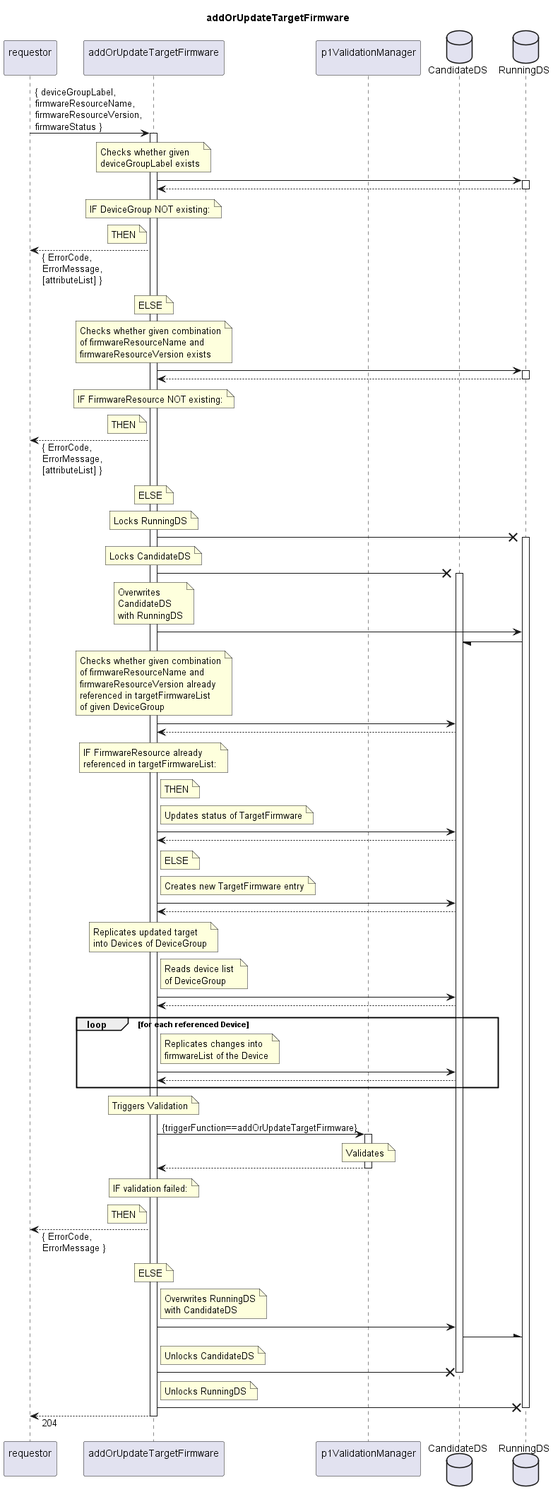
Earlier version of the PlantUML export spec/Services/addOrUpdateTargetFirmware/1.0.0/addOrUpdateTargetFirmware.png (openBackhaul/FirmWareManager). The source it was exported from:
```plantuml
@startuml addOrUpdateTargetFirmware
skinparam responseMessageBelowArrow true

title
  addOrUpdateTargetFirmware
end title

participant "requestor\n" as requestor
participant "addOrUpdateTargetFirmware\n" as addTarget
participant "p1ValidationManager\n" as valiMan
database "CandidateDS" as CanDS
database "RunningDS" as RunDS

requestor -> addTarget: { deviceGroupLabel,\nfirmwareResourceName,\nfirmwareResourceVersion,\nfirmwareStatus }
activate addTarget

  note over addTarget
    Checks whether given
    deviceGroupLabel exists
  end note
  addTarget -> RunDS
  activate RunDS
  addTarget <-- RunDS
  deactivate RunDS
  note over addTarget
    IF DeviceGroup NOT existing:
  end note
  note left addTarget
    THEN
  end note
  requestor <-- addTarget: { ErrorCode,\nErrorMessage,\n[attributeList] }
  note over addTarget
    ELSE
  end note

  note over addTarget
    Checks whether given combination
    of firmwareResourceName and
    firmwareResourceVersion exists
  end note
  addTarget -> RunDS
  activate RunDS
  addTarget <-- RunDS
  deactivate RunDS
  note over addTarget
    IF FirmwareResource NOT existing:
  end note
  note left addTarget
    THEN
  end note
  requestor <-- addTarget: { ErrorCode,\nErrorMessage,\n[attributeList] }
  note over addTarget
    ELSE
  end note

  note over addTarget
    Locks RunningDS
  end note
  addTarget -X RunDS
  activate RunDS
  note over addTarget
    Locks CandidateDS
  end note
  addTarget -X CanDS
  activate CanDS
  note over addTarget
    Overwrites
    CandidateDS
    with RunningDS
  end note
  addTarget -> RunDS
  RunDS -/ CanDS

  note over addTarget
    Checks whether given combination
    of firmwareResourceName and
    firmwareResourceVersion already
    referenced in targetFirmwareList
    of given DeviceGroup
  end note
  addTarget -> CanDS
  addTarget <-- CanDS
  note over addTarget
    IF FirmwareResource already
    referenced in targetFirmwareList:
  end note
  note right addTarget
    THEN
  end note
  note right addTarget
    Updates status of TargetFirmware
  end note
  addTarget -> CanDS
  addTarget <-- CanDS
  note right addTarget
    ELSE
  end note
  note right addTarget
    Creates new TargetFirmware entry
  end note
  addTarget -> CanDS
  addTarget <-- CanDS

  note over addTarget
    Replicates updated target
    into Devices of DeviceGroup
  end note
  note right addTarget
    Reads device list
    of DeviceGroup
  end note
  addTarget -> CanDS
  addTarget <-- CanDS
  loop for each referenced Device
    note right addTarget
      Replicates changes into
      firmwareList of the Device
    end note
    addTarget -> CanDS
    addTarget <-- CanDS
  end loop

  note over addTarget
    Triggers Validation
  end note
  addTarget -> valiMan: {triggerFunction==addOrUpdateTargetFirmware}
  activate valiMan
    note over valiMan
      Validates
    end note
  addTarget <-- valiMan
  deactivate valiMan
  note over addTarget
    IF validation failed:
  end note
  note left addTarget
    THEN
  end note
  requestor <-- addTarget: { ErrorCode,\nErrorMessage }
  note over addTarget
    ELSE
  end note

  note right addTarget
    Overwrites RunningDS
    with CandidateDS
  end note
  addTarget -> CanDS
  CanDS -\ RunDS
  note right addTarget
    Unlocks CandidateDS
  end note
  addTarget -X CanDS
  deactivate CanDS
  note right addTarget
    Unlocks RunningDS
  end note
  addTarget -X RunDS
  deactivate RunDS

  requestor <-- addTarget: 204

deactivate addTarget

@enduml
```
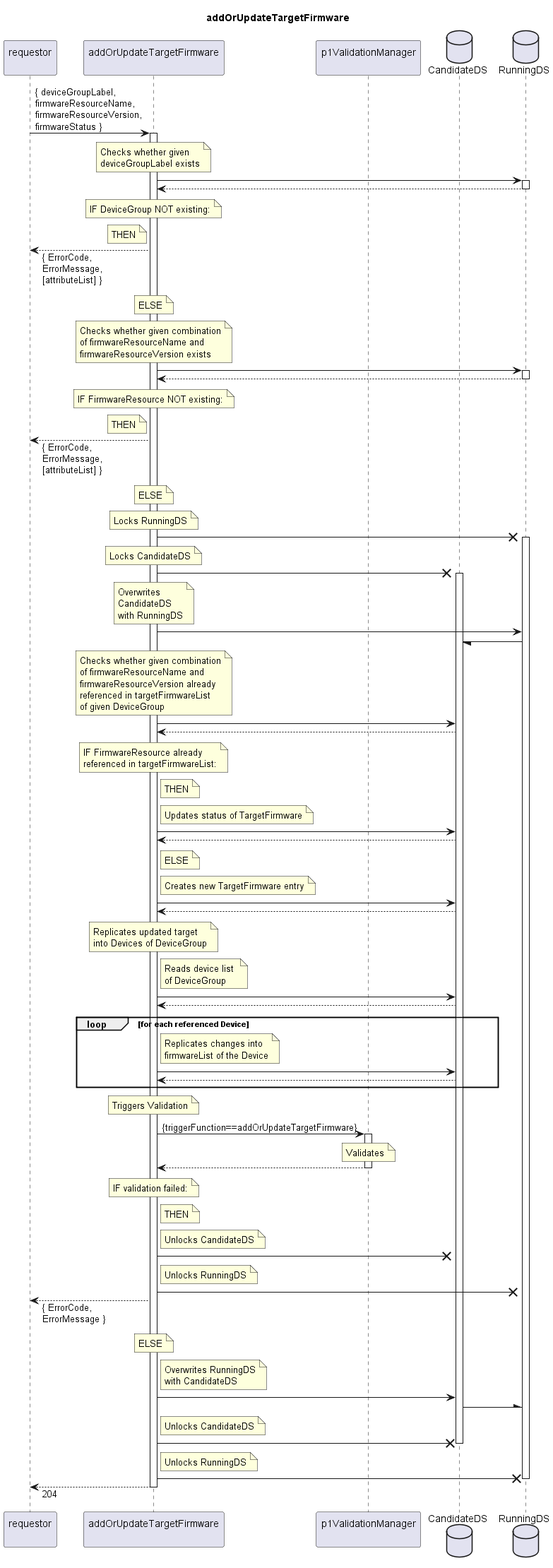
After the change.

What changed in the source:
```diff
@@ -6,160 +6,168 @@
 end title
 
 participant "requestor\n" as requestor
-participant "addOrUpdateTargetFirmware\n" as addTarget
+participant "addOrUpdateTargetFirmware\n" as indServ
 participant "p1ValidationManager\n" as valiMan
 database "CandidateDS" as CanDS
 database "RunningDS" as RunDS
 
-requestor -> addTarget: { deviceGroupLabel,\nfirmwareResourceName,\nfirmwareResourceVersion,\nfirmwareStatus }
-activate addTarget
+requestor -> indServ: { deviceGroupLabel,\nfirmwareResourceName,\nfirmwareResourceVersion,\nfirmwareStatus }
+activate indServ
 
-  note over addTarget
+  note over indServ
     Checks whether given
     deviceGroupLabel exists
   end note
-  addTarget -> RunDS
+  indServ -> RunDS
   activate RunDS
-  addTarget <-- RunDS
+  indServ <-- RunDS
   deactivate RunDS
-  note over addTarget
+  note over indServ
     IF DeviceGroup NOT existing:
   end note
-  note left addTarget
+  note left indServ
     THEN
   end note
-  requestor <-- addTarget: { ErrorCode,\nErrorMessage,\n[attributeList] }
-  note over addTarget
+  requestor <-- indServ: { ErrorCode,\nErrorMessage,\n[attributeList] }
+  note over indServ
     ELSE
   end note
 
-  note over addTarget
+  note over indServ
     Checks whether given combination
     of firmwareResourceName and
     firmwareResourceVersion exists
   end note
-  addTarget -> RunDS
+  indServ -> RunDS
   activate RunDS
-  addTarget <-- RunDS
+  indServ <-- RunDS
   deactivate RunDS
-  note over addTarget
+  note over indServ
     IF FirmwareResource NOT existing:
   end note
-  note left addTarget
+  note left indServ
     THEN
   end note
-  requestor <-- addTarget: { ErrorCode,\nErrorMessage,\n[attributeList] }
-  note over addTarget
+  requestor <-- indServ: { ErrorCode,\nErrorMessage,\n[attributeList] }
+  note over indServ
     ELSE
   end note
 
-  note over addTarget
+  note over indServ
     Locks RunningDS
   end note
-  addTarget -X RunDS
+  indServ -X RunDS
   activate RunDS
-  note over addTarget
+  note over indServ
     Locks CandidateDS
   end note
-  addTarget -X CanDS
+  indServ -X CanDS
   activate CanDS
-  note over addTarget
+  note over indServ
     Overwrites
     CandidateDS
     with RunningDS
   end note
-  addTarget -> RunDS
+  indServ -> RunDS
   RunDS -/ CanDS
 
-  note over addTarget
+  note over indServ
     Checks whether given combination
     of firmwareResourceName and
     firmwareResourceVersion already
     referenced in targetFirmwareList
     of given DeviceGroup
   end note
-  addTarget -> CanDS
-  addTarget <-- CanDS
-  note over addTarget
+  indServ -> CanDS
+  indServ <-- CanDS
+  note over indServ
     IF FirmwareResource already
     referenced in targetFirmwareList:
   end note
-  note right addTarget
+  note right indServ
     THEN
   end note
-  note right addTarget
+  note right indServ
     Updates status of TargetFirmware
   end note
-  addTarget -> CanDS
-  addTarget <-- CanDS
-  note right addTarget
+  indServ -> CanDS
+  indServ <-- CanDS
+  note right indServ
     ELSE
   end note
-  note right addTarget
+  note right indServ
     Creates new TargetFirmware entry
   end note
-  addTarget -> CanDS
-  addTarget <-- CanDS
+  indServ -> CanDS
+  indServ <-- CanDS
 
-  note over addTarget
+  note over indServ
     Replicates updated target
     into Devices of DeviceGroup
   end note
-  note right addTarget
+  note right indServ
     Reads device list
     of DeviceGroup
   end note
-  addTarget -> CanDS
-  addTarget <-- CanDS
+  indServ -> CanDS
+  indServ <-- CanDS
   loop for each referenced Device
-    note right addTarget
+    note right indServ
       Replicates changes into
       firmwareList of the Device
     end note
-    addTarget -> CanDS
-    addTarget <-- CanDS
+    indServ -> CanDS
+    indServ <-- CanDS
   end loop
 
-  note over addTarget
+  note over indServ
     Triggers Validation
   end note
-  addTarget -> valiMan: {triggerFunction==addOrUpdateTargetFirmware}
+  indServ -> valiMan: {triggerFunction==addOrUpdateTargetFirmware}
   activate valiMan
     note over valiMan
       Validates
     end note
-  addTarget <-- valiMan
+  indServ <-- valiMan
   deactivate valiMan
-  note over addTarget
+  note over indServ
     IF validation failed:
   end note
-  note left addTarget
+  note right indServ
     THEN
   end note
-  requestor <-- addTarget: { ErrorCode,\nErrorMessage }
-  note over addTarget
+  note right indServ
+    Unlocks CandidateDS
+  end note
+  indServ -X CanDS
+  note right indServ
+    Unlocks RunningDS
+  end note
+  indServ -X RunDS
+  requestor <-- indServ: { ErrorCode,\nErrorMessage }
+  note over indServ
     ELSE
   end note
 
-  note right addTarget
+  note right indServ
     Overwrites RunningDS
     with CandidateDS
   end note
-  addTarget -> CanDS
+  indServ -> CanDS
   CanDS -\ RunDS
-  note right addTarget
+  note right indServ
     Unlocks CandidateDS
   end note
-  addTarget -X CanDS
+  indServ -X CanDS
   deactivate CanDS
-  note right addTarget
+  note right indServ
     Unlocks RunningDS
   end note
-  addTarget -X RunDS
+  indServ -X RunDS
   deactivate RunDS
 
-  requestor <-- addTarget: 204
+  requestor <-- indServ: 204
 
-deactivate addTarget
+deactivate indServ
 
 @enduml
```
